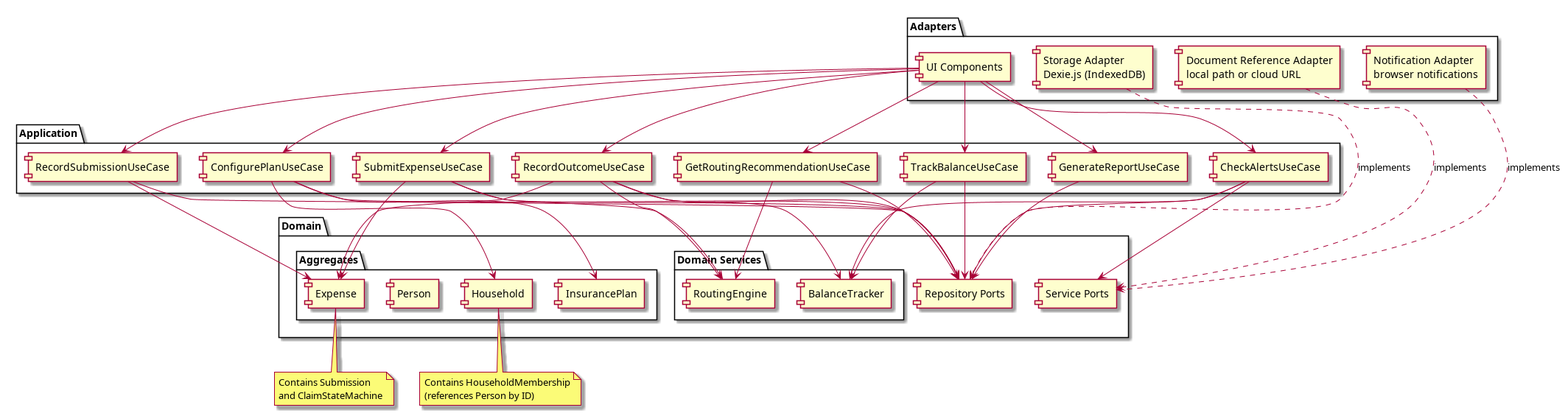
This is docs/02-solution/diagrams/components.png from hallb/coordinate, a PlantUML export, as it was before one commit.
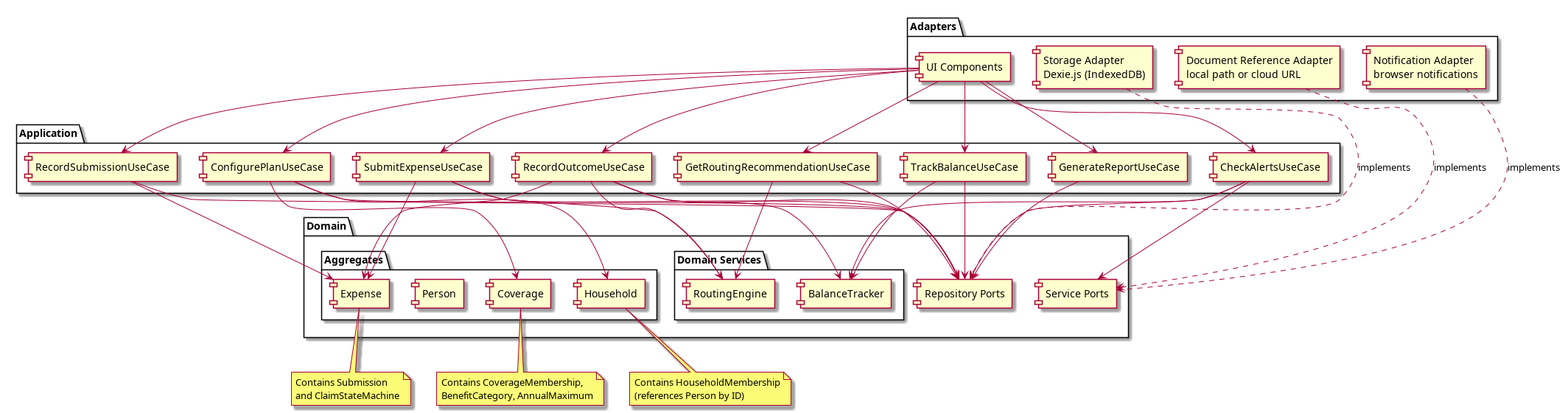
The same diagram one commit later.

Change to the diagram source:
```diff
@@ -22,7 +22,7 @@
 package "Domain" as domain {
     package "Aggregates" as aggregates {
         [Expense] as expense
-        [InsurancePlan] as plan
+        [Coverage] as coverage
         [Person] as person
         [Household] as household
     }
@@ -36,6 +36,7 @@
 
 note bottom of expense : Contains Submission\nand ClaimStateMachine
 note bottom of household : Contains HouseholdMembership\n(references Person by ID)
+note bottom of coverage : Contains CoverageMembership,\nBenefitCategory, AnnualMaximum
 
 [UI Components] --> [SubmitExpenseUseCase]
 [UI Components] --> [RecordSubmissionUseCase]
@@ -57,7 +58,7 @@
 [RecordOutcomeUseCase] --> [Repository Ports]
 [GetRoutingRecommendationUseCase] --> [RoutingEngine]
 [GetRoutingRecommendationUseCase] --> [Repository Ports]
-[ConfigurePlanUseCase] --> plan
+[ConfigurePlanUseCase] --> coverage
 [ConfigurePlanUseCase] --> household
 [ConfigurePlanUseCase] --> [Repository Ports]
 [TrackBalanceUseCase] --> [BalanceTracker]
```
